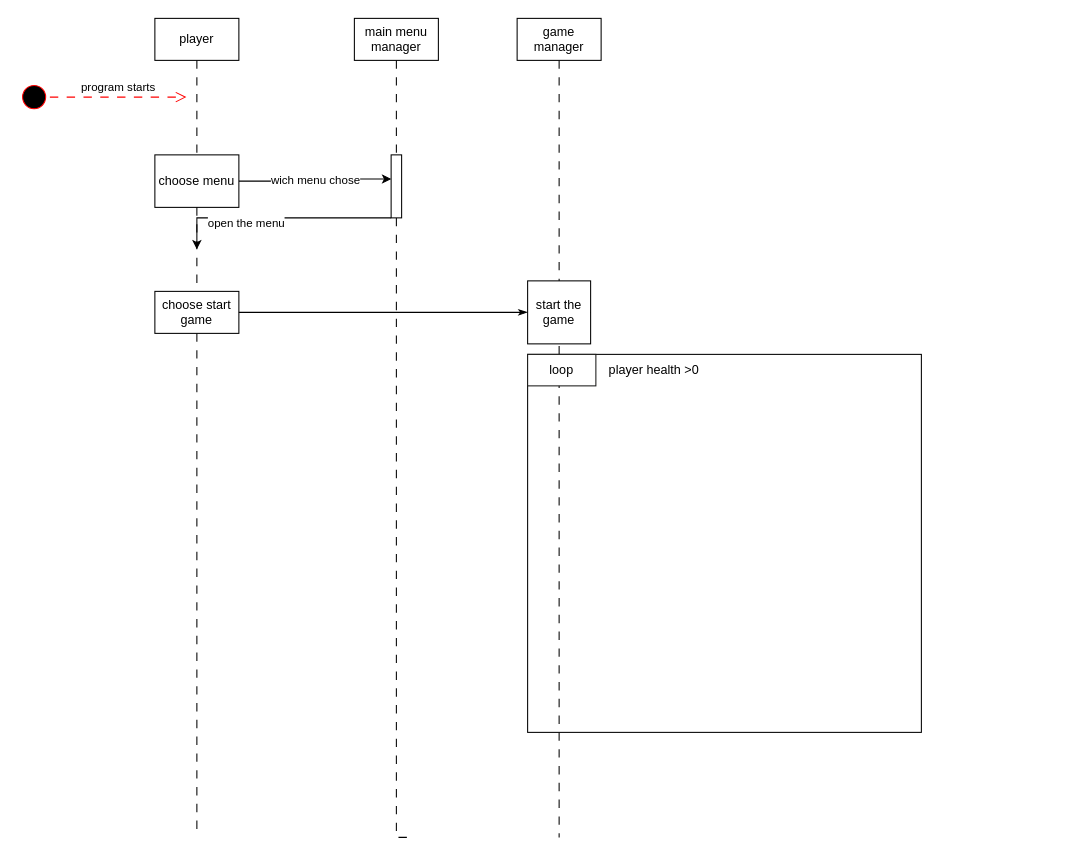
Earlier version of the draw.io diagram Documentation files/sequence diagram.drawio (Ulibomber1/Middlespace-Survivor). Source tidied: cells renumbered, new cells numbered last; positions are measured from the earlier drawing's top-left corner, leaving out a move shared by most shapes. Both pictures are drawn from the tidied source at 105%, with x=0, y=0 at pixel (18, 18).
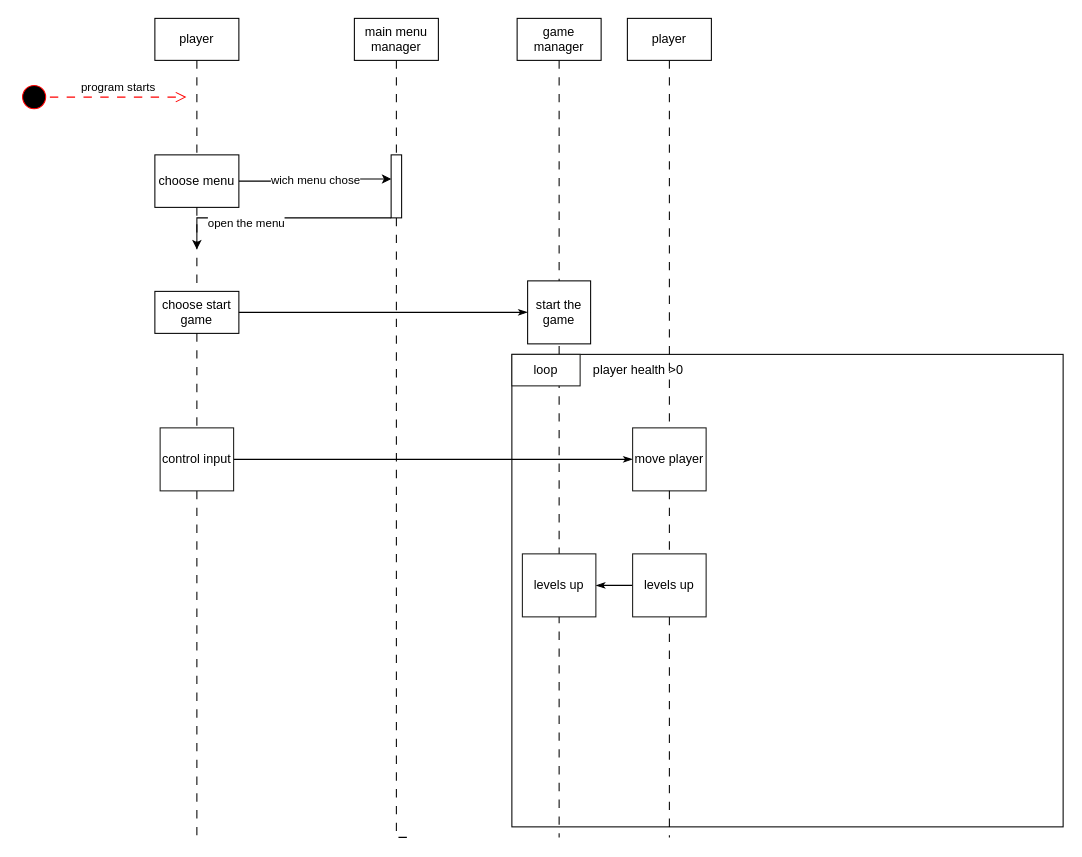
The same page after the edit.

Commit message (it also covers changes not shown here):
worked more on sequence diageam

The change refers to these unchanged cells:
```xml
<mxCell id="19" value="choose start game" style="whiteSpace=wrap;html=1;" parent="1" vertex="1">
  <mxGeometry x="130" y="260" width="80" height="40" as="geometry" />
</mxCell>
```

Change to the diagram source:
```diff
@@
-    <mxCell id="2" style="edgeStyle=orthogonalEdgeStyle;rounded=0;jettySize=auto;html=1;endArrow=none;endFill=0;dashed=1;dashPattern=8 8;startArrow=none;" parent="1" edge="1" source="19">
+    <mxCell id="2" style="edgeStyle=orthogonalEdgeStyle;rounded=0;jettySize=auto;html=1;endArrow=none;endFill=0;dashed=1;dashPattern=8 8;startArrow=none;" parent="1" edge="1" source="27">
       <mxGeometry relative="1" as="geometry">
         <mxPoint x="170" y="780" as="targetPoint" />
       </mxGeometry>
     </mxCell>
@@
     <mxCell id="22" style="whiteSpace=wrap;html=1;fillColor=none;" parent="1" vertex="1">
-      <mxGeometry x="485" y="320" width="375" height="360" as="geometry" />
+      <mxGeometry x="470" y="320" width="525" height="450" as="geometry" />
     </mxCell>
     <mxCell id="23" value="loop" style="whiteSpace=wrap;html=1;fillColor=default;strokeColor=#191917;" parent="1" vertex="1">
-      <mxGeometry x="485" y="320" width="65" height="30" as="geometry" />
+      <mxGeometry x="470" y="320" width="65" height="30" as="geometry" />
     </mxCell>
     <mxCell id="24" value="player health &amp;gt;0" style="text;html=1;align=center;verticalAlign=middle;strokeColor=none;fillColor=none;" parent="1" vertex="1">
-      <mxGeometry x="550" y="320" width="110" height="30" as="geometry" />
+      <mxGeometry x="535" y="320" width="110" height="30" as="geometry" />
     </mxCell>
+    <mxCell id="25" style="edgeStyle=orthogonalEdgeStyle;rounded=0;jettySize=auto;html=1;endArrow=none;endFill=0;dashed=1;dashPattern=8 8;startArrow=none;" parent="1" edge="1" source="19" target="27">
+      <mxGeometry relative="1" as="geometry" />
+    </mxCell>
+    <mxCell id="26" style="edgeStyle=orthogonalEdgeStyle;rounded=0;jettySize=auto;html=1;endArrow=classicThin;endFill=1;" parent="1" edge="1" source="27" target="31">
+      <mxGeometry relative="1" as="geometry" />
+    </mxCell>
+    <mxCell id="27" value="control input" style="whiteSpace=wrap;html=1;strokeColor=#191917;fillColor=default;" parent="1" vertex="1">
+      <mxGeometry x="135" y="390" width="70" height="60" as="geometry" />
+    </mxCell>
+    <mxCell id="28" style="edgeStyle=orthogonalEdgeStyle;rounded=0;jettySize=auto;html=1;endArrow=none;endFill=0;dashed=1;dashPattern=8 8;startArrow=none;" parent="1" edge="1" source="34">
+      <mxGeometry relative="1" as="geometry">
+        <mxPoint x="620" y="780" as="targetPoint" />
+      </mxGeometry>
+    </mxCell>
+    <mxCell id="29" value="player" style="whiteSpace=wrap;html=1;" parent="1" vertex="1">
+      <mxGeometry x="580" width="80" height="40" as="geometry" />
+    </mxCell>
+    <mxCell id="30" style="edgeStyle=orthogonalEdgeStyle;rounded=0;jettySize=auto;html=1;endArrow=none;endFill=0;dashed=1;dashPattern=8 8;" parent="1" edge="1" source="29" target="31">
+      <mxGeometry relative="1" as="geometry" />
+    </mxCell>
+    <mxCell id="31" value="move player" style="whiteSpace=wrap;html=1;strokeColor=#191917;" parent="1" vertex="1">
+      <mxGeometry x="585" y="390" width="70" height="60" as="geometry" />
+    </mxCell>
+    <mxCell id="32" style="edgeStyle=orthogonalEdgeStyle;rounded=0;jettySize=auto;html=1;endArrow=none;endFill=0;dashed=1;dashPattern=8 8;startArrow=none;" parent="1" edge="1" source="31" target="34">
+      <mxGeometry relative="1" as="geometry" />
+    </mxCell>
+    <mxCell id="33" style="edgeStyle=orthogonalEdgeStyle;rounded=0;jettySize=auto;html=1;endArrow=classicThin;endFill=1;" parent="1" edge="1" source="34" target="35">
+      <mxGeometry relative="1" as="geometry" />
+    </mxCell>
+    <mxCell id="34" value="levels up" style="whiteSpace=wrap;html=1;strokeColor=#191917;fillColor=default;" parent="1" vertex="1">
+      <mxGeometry x="585" y="510" width="70" height="60" as="geometry" />
+    </mxCell>
+    <mxCell id="35" value="levels up" style="whiteSpace=wrap;html=1;strokeColor=#191917;fillColor=default;" parent="1" vertex="1">
+      <mxGeometry x="480" y="510" width="70" height="60" as="geometry" />
+    </mxCell>
```
